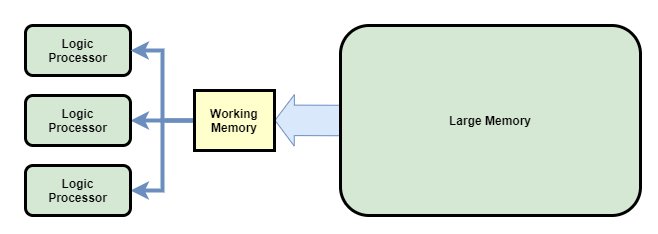
The draw.io diagram files/A-theory-of-consciousness-v2-working-memory.png in malcolmlett/malcolmlett.github.io, before a commit. Source tidied: cells renumbered, new cells last; positions are measured from the earlier drawing's top-left corner, leaving out a move shared by most shapes. The source it was exported from:
```xml
<mxGraphModel>
  <root>
    <mxCell id="0" />
    <mxCell id="1" parent="0" />
    <mxCell id="2" style="rounded=0;jettySize=auto;html=1;shape=flexArrow;fillColor=#dae8fc;strokeColor=#6c8ebf;width=30.483870967741936;endSize=6.108064516129032;exitX=0;exitY=0.5;exitDx=0;exitDy=0;" parent="1" edge="1" source="8">
      <mxGeometry relative="1" as="geometry">
        <mxPoint x="249" y="94.8" as="targetPoint" />
      </mxGeometry>
    </mxCell>
    <mxCell id="3" value="Logic&lt;br&gt;Processor" style="rounded=1;whiteSpace=wrap;html=1;strokeWidth=3;fillColor=#d5e8d4;strokeColor=#000000;fontStyle=1;" parent="1" vertex="1">
      <mxGeometry width="105" height="50" as="geometry" />
    </mxCell>
    <mxCell id="4" style="edgeStyle=orthogonalEdgeStyle;rounded=0;jettySize=auto;html=1;entryX=1;entryY=0.5;entryDx=0;entryDy=0;strokeWidth=4;fillColor=#dae8fc;strokeColor=#6c8ebf;" parent="1" edge="1" source="7" target="3">
      <mxGeometry relative="1" as="geometry" />
    </mxCell>
    <mxCell id="5" style="edgeStyle=orthogonalEdgeStyle;rounded=0;jettySize=auto;html=1;entryX=1;entryY=0.5;entryDx=0;entryDy=0;strokeWidth=4;fillColor=#dae8fc;strokeColor=#6c8ebf;" parent="1" edge="1" source="7" target="10">
      <mxGeometry relative="1" as="geometry" />
    </mxCell>
    <mxCell id="6" style="edgeStyle=orthogonalEdgeStyle;rounded=0;jettySize=auto;html=1;entryX=1;entryY=0.5;entryDx=0;entryDy=0;strokeWidth=4;fillColor=#dae8fc;strokeColor=#6c8ebf;" parent="1" edge="1" source="7" target="9">
      <mxGeometry relative="1" as="geometry" />
    </mxCell>
    <mxCell id="7" value="Working&lt;br&gt;Memory" style="whiteSpace=wrap;html=1;strokeWidth=3;fillColor=#FFFFCC;strokeColor=#000000;fontStyle=1;" parent="1" vertex="1">
      <mxGeometry x="169" y="65" width="80" height="60" as="geometry" />
    </mxCell>
    <mxCell id="8" value="Large Memory" style="whiteSpace=wrap;align=center;verticalAlign=middle;fontStyle=1;strokeWidth=3;fillColor=#d5e8d4;rounded=1;" parent="1" vertex="1">
      <mxGeometry x="315" width="300" height="190" as="geometry" />
    </mxCell>
    <mxCell id="9" value="Logic&lt;br&gt;Processor" style="rounded=1;whiteSpace=wrap;html=1;strokeWidth=3;fillColor=#d5e8d4;strokeColor=#000000;fontStyle=1;" parent="1" vertex="1">
      <mxGeometry y="70" width="105" height="50" as="geometry" />
    </mxCell>
    <mxCell id="10" value="Logic&lt;br&gt;Processor" style="rounded=1;whiteSpace=wrap;html=1;strokeWidth=3;fillColor=#d5e8d4;strokeColor=#000000;fontStyle=1;" parent="1" vertex="1">
      <mxGeometry y="140" width="105" height="50" as="geometry" />
    </mxCell>
  </root>
</mxGraphModel>
```
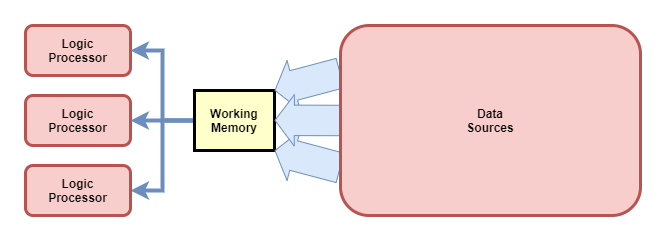
After the change.

Diff of the diagram source:
```diff
@@ -2,12 +2,7 @@
   <root>
     <mxCell id="0" />
     <mxCell id="1" parent="0" />
-    <mxCell id="2" style="rounded=0;jettySize=auto;html=1;shape=flexArrow;fillColor=#dae8fc;strokeColor=#6c8ebf;width=30.483870967741936;endSize=6.108064516129032;exitX=0;exitY=0.5;exitDx=0;exitDy=0;" parent="1" edge="1" source="8">
-      <mxGeometry relative="1" as="geometry">
-        <mxPoint x="249" y="94.8" as="targetPoint" />
-      </mxGeometry>
-    </mxCell>
-    <mxCell id="3" value="Logic&lt;br&gt;Processor" style="rounded=1;whiteSpace=wrap;html=1;strokeWidth=3;fillColor=#d5e8d4;strokeColor=#000000;fontStyle=1;" parent="1" vertex="1">
+    <mxCell id="3" value="Logic&lt;br&gt;Processor" style="rounded=1;whiteSpace=wrap;html=1;strokeWidth=3;fillColor=#f8cecc;strokeColor=#b85450;fontStyle=1;" parent="1" vertex="1">
       <mxGeometry width="105" height="50" as="geometry" />
     </mxCell>
     <mxCell id="4" style="edgeStyle=orthogonalEdgeStyle;rounded=0;jettySize=auto;html=1;entryX=1;entryY=0.5;entryDx=0;entryDy=0;strokeWidth=4;fillColor=#dae8fc;strokeColor=#6c8ebf;" parent="1" edge="1" source="7" target="3">
@@ -22,14 +17,25 @@
     <mxCell id="7" value="Working&lt;br&gt;Memory" style="whiteSpace=wrap;html=1;strokeWidth=3;fillColor=#FFFFCC;strokeColor=#000000;fontStyle=1;" parent="1" vertex="1">
       <mxGeometry x="169" y="65" width="80" height="60" as="geometry" />
     </mxCell>
-    <mxCell id="8" value="Large Memory" style="whiteSpace=wrap;align=center;verticalAlign=middle;fontStyle=1;strokeWidth=3;fillColor=#d5e8d4;rounded=1;" parent="1" vertex="1">
-      <mxGeometry x="315" width="300" height="190" as="geometry" />
-    </mxCell>
-    <mxCell id="9" value="Logic&lt;br&gt;Processor" style="rounded=1;whiteSpace=wrap;html=1;strokeWidth=3;fillColor=#d5e8d4;strokeColor=#000000;fontStyle=1;" parent="1" vertex="1">
+    <mxCell id="9" value="Logic&lt;br&gt;Processor" style="rounded=1;whiteSpace=wrap;html=1;strokeWidth=3;fillColor=#f8cecc;strokeColor=#b85450;fontStyle=1;" parent="1" vertex="1">
       <mxGeometry y="70" width="105" height="50" as="geometry" />
     </mxCell>
-    <mxCell id="10" value="Logic&lt;br&gt;Processor" style="rounded=1;whiteSpace=wrap;html=1;strokeWidth=3;fillColor=#d5e8d4;strokeColor=#000000;fontStyle=1;" parent="1" vertex="1">
+    <mxCell id="10" value="Logic&lt;br&gt;Processor" style="rounded=1;whiteSpace=wrap;html=1;strokeWidth=3;fillColor=#f8cecc;strokeColor=#b85450;fontStyle=1;" parent="1" vertex="1">
       <mxGeometry y="140" width="105" height="50" as="geometry" />
     </mxCell>
+    <mxCell id="11" style="rounded=0;jettySize=auto;html=1;shape=flexArrow;fillColor=#dae8fc;strokeColor=#6c8ebf;width=30.483870967741936;endSize=6.108064516129032;exitX=0;exitY=0.75;exitDx=0;exitDy=0;entryX=1;entryY=1;entryDx=0;entryDy=0;" parent="1" edge="1" source="8" target="7">
+      <mxGeometry relative="1" as="geometry" />
+    </mxCell>
+    <mxCell id="12" style="rounded=0;jettySize=auto;html=1;shape=flexArrow;fillColor=#dae8fc;strokeColor=#6c8ebf;width=30.483870967741936;endSize=6.108064516129032;exitX=0;exitY=0.25;exitDx=0;exitDy=0;entryX=1;entryY=0;entryDx=0;entryDy=0;" parent="1" edge="1" source="8" target="7">
+      <mxGeometry relative="1" as="geometry" />
+    </mxCell>
+    <mxCell id="2" style="rounded=0;jettySize=auto;html=1;shape=flexArrow;fillColor=#dae8fc;strokeColor=#6c8ebf;width=30.483870967741936;endSize=6.108064516129032;exitX=0;exitY=0.5;exitDx=0;exitDy=0;" parent="1" edge="1" source="8">
+      <mxGeometry relative="1" as="geometry">
+        <mxPoint x="249" y="94.8" as="targetPoint" />
+      </mxGeometry>
+    </mxCell>
+    <mxCell id="8" value="Data&#10;Sources" style="whiteSpace=wrap;align=center;verticalAlign=middle;fontStyle=1;strokeWidth=3;fillColor=#f8cecc;rounded=1;strokeColor=#b85450;" parent="1" vertex="1">
+      <mxGeometry x="315" width="300" height="190" as="geometry" />
+    </mxCell>
   </root>
 </mxGraphModel>
```
